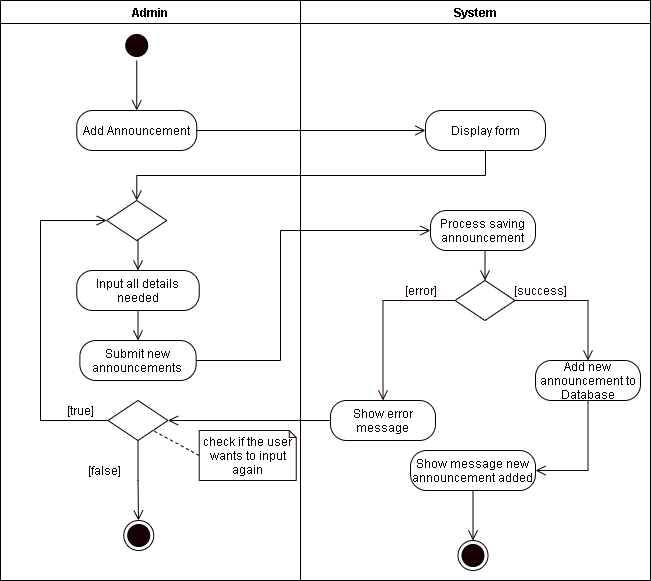
This is REVISIONS/UML-DIAGRAMS/6-9-2021/ACTIVITY DIAGRAM/22-Add Announcement.png from mrklglsn/CAPSTONE-FILES, a draw.io export, as it was before one commit. Source tidied: cells renumbered, new cells last; positions are measured from the earlier drawing's top-left corner, leaving out a move shared by most shapes.
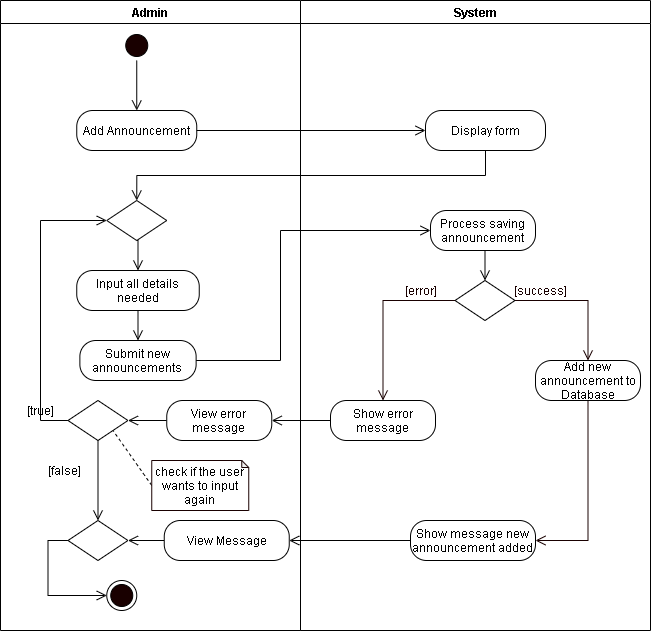
After the change.

The edit, as a diff of the source:
```diff
@@ -3,7 +3,7 @@
     <mxCell id="0" />
     <mxCell id="1" parent="0" />
     <mxCell id="2" value="Admin" style="swimlane;startSize=23;" parent="1" vertex="1">
-      <mxGeometry width="300" height="580" as="geometry" />
+      <mxGeometry width="300" height="630" as="geometry" />
     </mxCell>
     <mxCell id="3" style="edgeStyle=orthogonalEdgeStyle;rounded=0;jettySize=auto;html=1;exitX=0.5;exitY=1;exitDx=0;exitDy=0;entryX=0.5;entryY=0;entryDx=0;entryDy=0;endArrow=open;endFill=0;endSize=8;" parent="2" edge="1" source="4">
       <mxGeometry relative="1" as="geometry">
@@ -39,31 +39,47 @@
         </Array>
       </mxGeometry>
     </mxCell>
-    <mxCell id="12" style="edgeStyle=orthogonalEdgeStyle;rounded=0;jettySize=auto;html=1;exitX=0.5;exitY=1;exitDx=0;exitDy=0;endArrow=open;endFill=0;endSize=8;startArrow=none;" parent="2" edge="1" source="13">
-      <mxGeometry relative="1" as="geometry">
-        <mxPoint x="138" y="520" as="targetPoint" />
-      </mxGeometry>
+    <mxCell id="12" style="edgeStyle=orthogonalEdgeStyle;rounded=0;jettySize=auto;html=1;exitX=0.5;exitY=1;exitDx=0;exitDy=0;endArrow=open;endFill=0;endSize=8;startArrow=none;entryX=0.5;entryY=0;entryDx=0;entryDy=0;" parent="2" edge="1" source="13" target="43">
+      <mxGeometry relative="1" as="geometry" />
     </mxCell>
     <mxCell id="13" style="rhombus;whiteSpace=wrap;html=1;" parent="2" vertex="1">
-      <mxGeometry x="107.5" y="400" width="60" height="40" as="geometry" />
+      <mxGeometry x="67.5" y="400" width="60" height="40" as="geometry" />
     </mxCell>
     <mxCell id="14" value="[true]" style="text;html=1;align=center;verticalAlign=middle;strokeColor=none;" parent="2" vertex="1">
-      <mxGeometry x="60" y="400" width="40" height="20" as="geometry" />
+      <mxGeometry x="20" y="400" width="40" height="20" as="geometry" />
     </mxCell>
     <mxCell id="15" style="rounded=0;jettySize=auto;html=1;exitX=0;exitY=0.5;exitDx=0;exitDy=0;exitPerimeter=0;entryX=1;entryY=1;entryDx=0;entryDy=0;endArrow=none;endFill=0;endSize=8;dashed=1;" parent="2" edge="1" source="16" target="13">
       <mxGeometry relative="1" as="geometry" />
     </mxCell>
     <mxCell id="16" value="check if the user wants to input again" style="shape=note;whiteSpace=wrap;html=1;backgroundOutline=1;darkOpacity=0.05;strokeColor=#190000;size=7;" parent="2" vertex="1">
-      <mxGeometry x="198.8" y="430" width="97" height="50" as="geometry" />
+      <mxGeometry x="151.2" y="460" width="97" height="50" as="geometry" />
     </mxCell>
     <mxCell id="17" value="[false]" style="text;html=1;align=center;verticalAlign=middle;strokeColor=none;" parent="2" vertex="1">
-      <mxGeometry x="79.4" y="460" width="50" height="20" as="geometry" />
+      <mxGeometry x="39.4" y="460" width="50" height="20" as="geometry" />
     </mxCell>
     <mxCell id="18" style="ellipse;html=1;shape=endState;fillColor=#190000;" parent="2" vertex="1">
-      <mxGeometry x="123.2" y="520" width="30" height="30" as="geometry" />
+      <mxGeometry x="106.2" y="580" width="30" height="30" as="geometry" />
     </mxCell>
+    <mxCell id="38" style="edgeStyle=orthogonalEdgeStyle;rounded=0;jettySize=auto;html=1;exitX=0;exitY=0.5;exitDx=0;exitDy=0;entryX=1;entryY=0.5;entryDx=0;entryDy=0;endArrow=open;endFill=0;endSize=8;" parent="2" edge="1" source="39" target="43">
+      <mxGeometry relative="1" as="geometry" />
+    </mxCell>
+    <mxCell id="39" value="View Message" style="rounded=1;whiteSpace=wrap;html=1;arcSize=40;" parent="2" vertex="1">
+      <mxGeometry x="163.8" y="520" width="125" height="40" as="geometry" />
+    </mxCell>
+    <mxCell id="40" style="edgeStyle=orthogonalEdgeStyle;rounded=0;jettySize=auto;html=1;exitX=0;exitY=0.5;exitDx=0;exitDy=0;entryX=1;entryY=0.5;entryDx=0;entryDy=0;endArrow=open;endFill=0;endSize=8;" parent="2" edge="1" source="41" target="13">
+      <mxGeometry relative="1" as="geometry" />
+    </mxCell>
+    <mxCell id="41" value="View error message" style="rounded=1;whiteSpace=wrap;html=1;arcSize=40;" parent="2" vertex="1">
+      <mxGeometry x="166.2" y="400" width="105" height="40" as="geometry" />
+    </mxCell>
+    <mxCell id="42" style="edgeStyle=orthogonalEdgeStyle;rounded=0;jettySize=auto;html=1;exitX=0;exitY=0.5;exitDx=0;exitDy=0;entryX=0;entryY=0.5;entryDx=0;entryDy=0;endArrow=open;endFill=0;endSize=8;" parent="2" edge="1" source="43" target="18">
+      <mxGeometry relative="1" as="geometry" />
+    </mxCell>
+    <mxCell id="43" style="rhombus;whiteSpace=wrap;html=1;" parent="2" vertex="1">
+      <mxGeometry x="67.5" y="520" width="60" height="40" as="geometry" />
+    </mxCell>
     <mxCell id="19" value="System" style="swimlane;" parent="1" vertex="1">
-      <mxGeometry x="300" width="350" height="580" as="geometry" />
+      <mxGeometry x="300" width="350" height="630" as="geometry" />
     </mxCell>
     <mxCell id="20" value="Process saving announcement" style="rounded=1;whiteSpace=wrap;html=1;arcSize=40;" parent="19" vertex="1">
       <mxGeometry x="130" y="210" width="105" height="40" as="geometry" />
@@ -95,15 +111,9 @@
     <mxCell id="29" style="edgeStyle=orthogonalEdgeStyle;rounded=0;jettySize=auto;html=1;exitX=1;exitY=0.5;exitDx=0;exitDy=0;fontColor=#FFFFFF;endArrow=open;endFill=0;endSize=8;strokeColor=#190000;entryX=0.5;entryY=0;entryDx=0;entryDy=0;" parent="19" edge="1" source="21" target="27">
       <mxGeometry relative="1" as="geometry" />
     </mxCell>
-    <mxCell id="30" style="edgeStyle=orthogonalEdgeStyle;rounded=0;jettySize=auto;html=1;exitX=0.5;exitY=1;exitDx=0;exitDy=0;entryX=0.5;entryY=0;entryDx=0;entryDy=0;endArrow=open;endFill=0;endSize=8;" parent="19" edge="1" source="31" target="32">
-      <mxGeometry relative="1" as="geometry" />
-    </mxCell>
     <mxCell id="31" value="Show message new announcement added" style="rounded=1;whiteSpace=wrap;html=1;arcSize=40;" parent="19" vertex="1">
-      <mxGeometry x="110" y="450" width="125" height="40" as="geometry" />
+      <mxGeometry x="110" y="520" width="125" height="40" as="geometry" />
     </mxCell>
-    <mxCell id="32" style="ellipse;html=1;shape=endState;fillColor=#190000;" parent="19" vertex="1">
-      <mxGeometry x="157.5" y="540" width="30" height="30" as="geometry" />
-    </mxCell>
     <mxCell id="33" value="Display form" style="rounded=1;whiteSpace=wrap;html=1;arcSize=40;" parent="19" vertex="1">
       <mxGeometry x="125" y="110" width="120" height="40" as="geometry" />
     </mxCell>
@@ -118,11 +128,14 @@
         </Array>
       </mxGeometry>
     </mxCell>
-    <mxCell id="36" style="edgeStyle=orthogonalEdgeStyle;rounded=0;jettySize=auto;html=1;exitX=0;exitY=0.5;exitDx=0;exitDy=0;entryX=1;entryY=0.5;entryDx=0;entryDy=0;endArrow=open;endFill=0;endSize=8;" parent="1" edge="1" source="25" target="13">
-      <mxGeometry relative="1" as="geometry" />
-    </mxCell>
     <mxCell id="37" style="edgeStyle=orthogonalEdgeStyle;rounded=0;jettySize=auto;html=1;exitX=0.5;exitY=1;exitDx=0;exitDy=0;entryX=0.5;entryY=0;entryDx=0;entryDy=0;endArrow=open;endFill=0;endSize=8;" parent="1" edge="1" source="33" target="10">
       <mxGeometry relative="1" as="geometry" />
     </mxCell>
+    <mxCell id="44" style="edgeStyle=orthogonalEdgeStyle;rounded=0;jettySize=auto;html=1;exitX=0;exitY=0.5;exitDx=0;exitDy=0;entryX=1;entryY=0.5;entryDx=0;entryDy=0;endArrow=open;endFill=0;endSize=8;" parent="1" edge="1" source="31" target="39">
+      <mxGeometry relative="1" as="geometry" />
+    </mxCell>
+    <mxCell id="45" style="edgeStyle=orthogonalEdgeStyle;rounded=0;jettySize=auto;html=1;exitX=0;exitY=0.5;exitDx=0;exitDy=0;entryX=1;entryY=0.5;entryDx=0;entryDy=0;endArrow=open;endFill=0;endSize=8;" parent="1" edge="1" source="25" target="41">
+      <mxGeometry relative="1" as="geometry" />
+    </mxCell>
   </root>
 </mxGraphModel>
```
